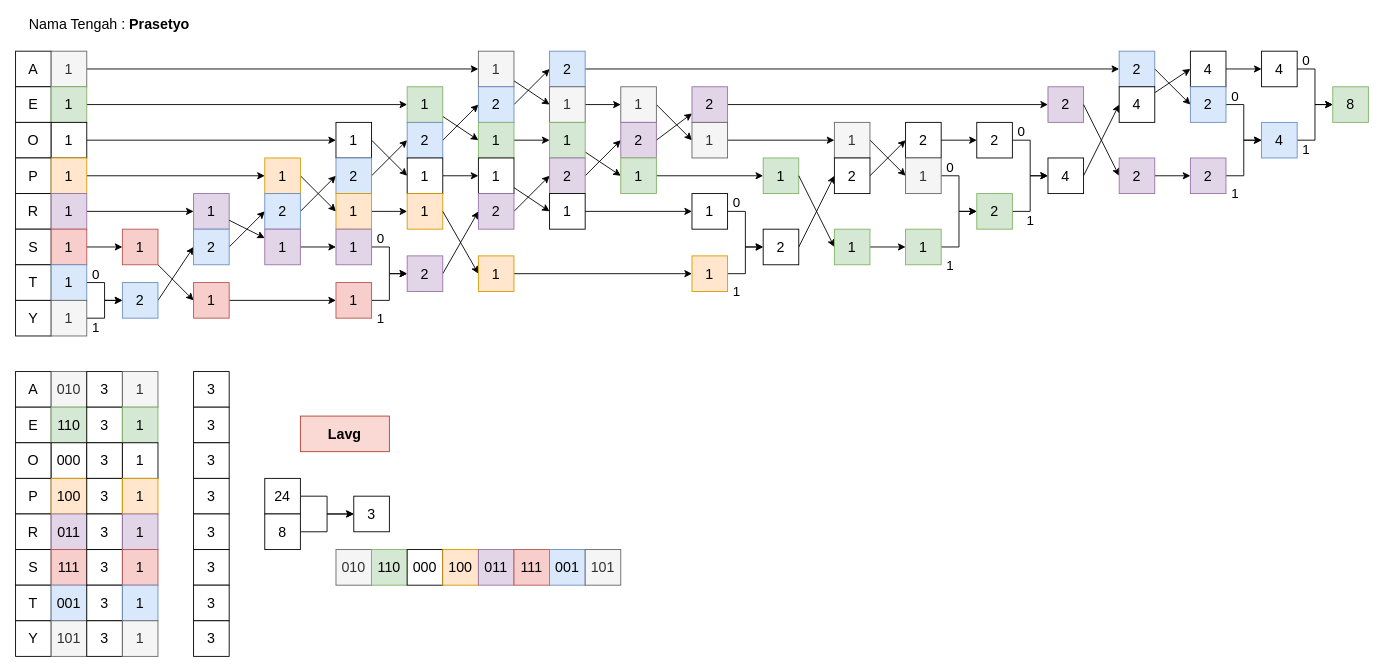
lukmanprasetyo/Flowchart-Information-Theory keeps this draw.io diagram as page "Prasetyo" (2 of 3) of Untitled Diagram.drawio. Above is the earlier version. Source tidied: cells renumbered, new cells numbered last; positions are measured from the earlier drawing's top-left corner, leaving out a move shared by most shapes. Both pictures are drawn from the tidied source at 89%, with x=0, y=0 at pixel (15, 15).
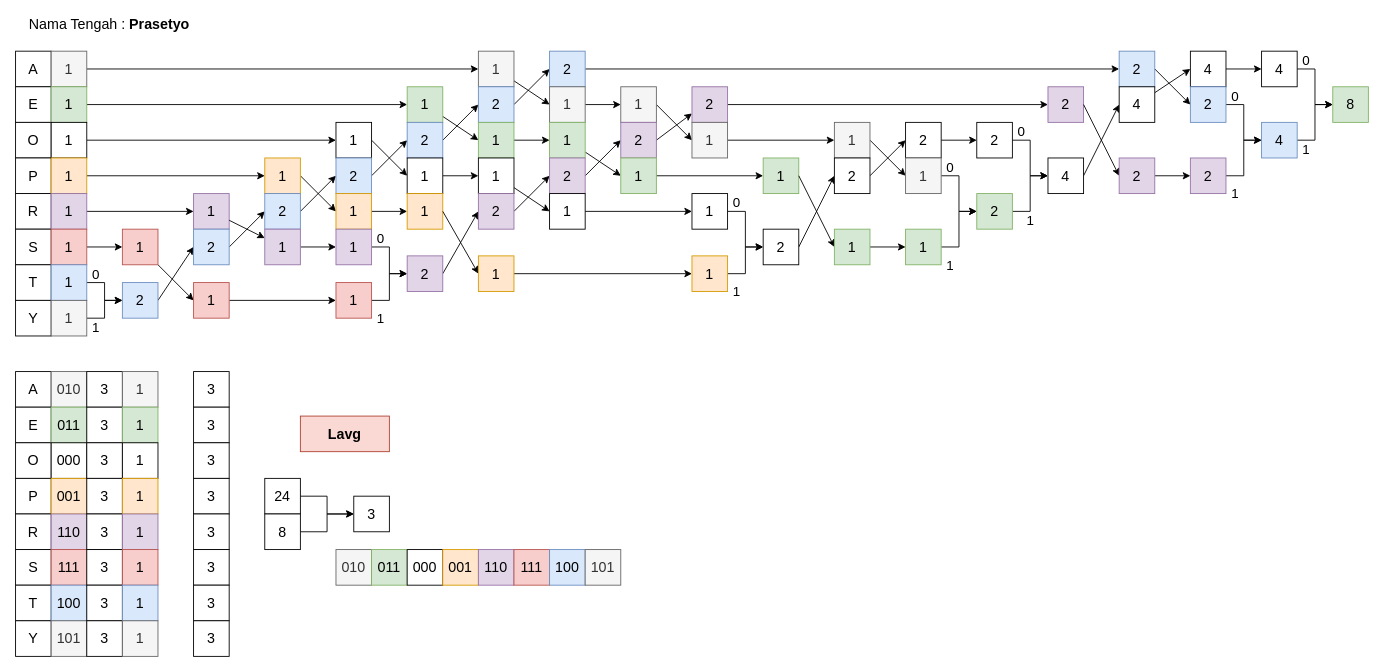
Above is the later version.

Change to the diagram source:
```diff
@@
-    <mxCell id="163" value="110" style="rounded=0;whiteSpace=wrap;html=1;fontSize=16;fillColor=#d5e8d4;strokeColor=#82b366;" parent="1" vertex="1">
+    <mxCell id="163" value="011" style="rounded=0;whiteSpace=wrap;html=1;fontSize=16;fillColor=#d5e8d4;strokeColor=#82b366;" parent="1" vertex="1">
       <mxGeometry x="40" y="440" width="40" height="40" as="geometry" />
     </mxCell>
@@
-    <mxCell id="165" value="100" style="rounded=0;whiteSpace=wrap;html=1;fontSize=16;fillColor=#ffe6cc;strokeColor=#d79b00;" parent="1" vertex="1">
+    <mxCell id="165" value="001" style="rounded=0;whiteSpace=wrap;html=1;fontSize=16;fillColor=#ffe6cc;strokeColor=#d79b00;" parent="1" vertex="1">
       <mxGeometry x="40" y="520" width="40" height="40" as="geometry" />
     </mxCell>
-    <mxCell id="166" value="011" style="rounded=0;whiteSpace=wrap;html=1;fontSize=16;fillColor=#e1d5e7;strokeColor=#9673a6;" parent="1" vertex="1">
+    <mxCell id="166" value="110" style="rounded=0;whiteSpace=wrap;html=1;fontSize=16;fillColor=#e1d5e7;strokeColor=#9673a6;" parent="1" vertex="1">
       <mxGeometry x="40" y="560" width="40" height="40" as="geometry" />
     </mxCell>
@@
-    <mxCell id="168" value="001" style="rounded=0;whiteSpace=wrap;html=1;fontSize=16;fillColor=#dae8fc;strokeColor=#6c8ebf;" parent="1" vertex="1">
+    <mxCell id="168" value="100" style="rounded=0;whiteSpace=wrap;html=1;fontSize=16;fillColor=#dae8fc;strokeColor=#6c8ebf;" parent="1" vertex="1">
       <mxGeometry x="40" y="640" width="40" height="40" as="geometry" />
     </mxCell>
@@
-    <mxCell id="201" value="110" style="rounded=0;whiteSpace=wrap;html=1;fontSize=16;fillColor=#d5e8d4;strokeColor=#82b366;" parent="1" vertex="1">
+    <mxCell id="201" value="011" style="rounded=0;whiteSpace=wrap;html=1;fontSize=16;fillColor=#d5e8d4;strokeColor=#82b366;" parent="1" vertex="1">
       <mxGeometry x="400" y="600" width="40" height="40" as="geometry" />
     </mxCell>
@@
-    <mxCell id="203" value="100" style="rounded=0;whiteSpace=wrap;html=1;fontSize=16;fillColor=#ffe6cc;strokeColor=#d79b00;" parent="1" vertex="1">
+    <mxCell id="203" value="001" style="rounded=0;whiteSpace=wrap;html=1;fontSize=16;fillColor=#ffe6cc;strokeColor=#d79b00;" parent="1" vertex="1">
       <mxGeometry x="480" y="600" width="40" height="40" as="geometry" />
     </mxCell>
-    <mxCell id="204" value="011" style="rounded=0;whiteSpace=wrap;html=1;fontSize=16;fillColor=#e1d5e7;strokeColor=#9673a6;" parent="1" vertex="1">
+    <mxCell id="204" value="110" style="rounded=0;whiteSpace=wrap;html=1;fontSize=16;fillColor=#e1d5e7;strokeColor=#9673a6;" parent="1" vertex="1">
       <mxGeometry x="520" y="600" width="40" height="40" as="geometry" />
     </mxCell>
@@
-    <mxCell id="206" value="001" style="rounded=0;whiteSpace=wrap;html=1;fontSize=16;fillColor=#dae8fc;strokeColor=#6c8ebf;" parent="1" vertex="1">
+    <mxCell id="206" value="100" style="rounded=0;whiteSpace=wrap;html=1;fontSize=16;fillColor=#dae8fc;strokeColor=#6c8ebf;" parent="1" vertex="1">
       <mxGeometry x="600" y="600" width="40" height="40" as="geometry" />
     </mxCell>
```
